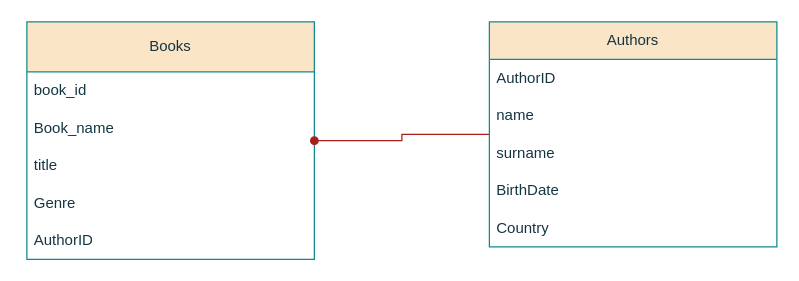
Before: Диаграмма без названия.drawio in almasdii/gitdemo, a draw.io diagram. Source tidied: cells renumbered, new cells numbered last; positions are measured from the earlier drawing's top-left corner, leaving out a move shared by most shapes. Both pictures are drawn from the tidied source at 125%, with x=0, y=0 at pixel (26, 21).
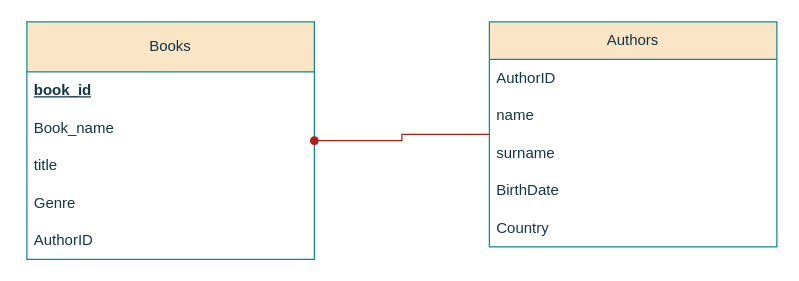
Above is the later version.

Commit message:
books_aouthors

The edit, as a diff of the source:
```diff
@@
 <mxGraphModel>
   <root>
     <mxCell id="0" />
     <mxCell id="1" parent="0" />
     <mxCell id="2" value="Books" style="swimlane;fontStyle=0;horizontal=1;startSize=40;whiteSpace=wrap;html=1;labelBackgroundColor=none;fillColor=#FAE5C7;strokeColor=#0F8B8D;fontColor=#143642;" parent="1" vertex="1">
       <mxGeometry width="230" height="190" as="geometry" />
     </mxCell>
-    <mxCell id="3" value="book_id" style="text;strokeColor=none;fillColor=none;align=left;verticalAlign=middle;spacingLeft=4;spacingRight=4;overflow=hidden;whiteSpace=wrap;html=1;labelBackgroundColor=none;fontColor=#143642;" parent="2" vertex="1">
+    <mxCell id="3" value="&lt;b&gt;&lt;u&gt;book_id&lt;/u&gt;&lt;/b&gt;" style="text;strokeColor=none;fillColor=none;align=left;verticalAlign=middle;spacingLeft=4;spacingRight=4;overflow=hidden;whiteSpace=wrap;html=1;labelBackgroundColor=none;fontColor=#143642;" parent="2" vertex="1">
       <mxGeometry y="40" width="230" height="30" as="geometry" />
     </mxCell>
     <mxCell id="4" value="Book_name" style="text;strokeColor=none;fillColor=none;align=left;verticalAlign=middle;spacingLeft=4;spacingRight=4;overflow=hidden;whiteSpace=wrap;html=1;labelBackgroundColor=none;fontColor=#143642;shadow=1;" parent="2" vertex="1">
       <mxGeometry y="70" width="230" height="30" as="geometry" />
     </mxCell>
     <mxCell id="5" value="title" style="text;strokeColor=none;fillColor=none;align=left;verticalAlign=middle;spacingLeft=4;spacingRight=4;overflow=hidden;whiteSpace=wrap;html=1;labelBackgroundColor=none;fontColor=#143642;shadow=1;" parent="2" vertex="1">
       <mxGeometry y="100" width="230" height="30" as="geometry" />
     </mxCell>
     <mxCell id="6" value="Genre" style="text;strokeColor=none;fillColor=none;align=left;verticalAlign=middle;spacingLeft=4;spacingRight=4;overflow=hidden;whiteSpace=wrap;html=1;labelBackgroundColor=none;fontColor=#143642;" parent="2" vertex="1">
       <mxGeometry y="130" width="230" height="30" as="geometry" />
     </mxCell>
     <mxCell id="7" value="AuthorID" style="text;strokeColor=none;fillColor=none;align=left;verticalAlign=middle;spacingLeft=4;spacingRight=4;overflow=hidden;whiteSpace=wrap;html=1;labelBackgroundColor=none;fontColor=#143642;" parent="2" vertex="1">
       <mxGeometry y="160" width="230" height="30" as="geometry" />
     </mxCell>
     <mxCell id="8" style="edgeStyle=orthogonalEdgeStyle;rounded=0;jettySize=auto;html=1;strokeColor=#A8201A;fontColor=#143642;fillColor=#FAE5C7;endArrow=oval;endFill=1;" parent="1" edge="1" source="9" target="2">
       <mxGeometry relative="1" as="geometry" />
     </mxCell>
     <mxCell id="9" value="Authors" style="swimlane;fontStyle=0;horizontal=1;startSize=30;whiteSpace=wrap;html=1;labelBackgroundColor=none;fillColor=#FAE5C7;strokeColor=#0F8B8D;fontColor=#143642;" parent="1" vertex="1">
       <mxGeometry x="370" width="230" height="180" as="geometry" />
     </mxCell>
     <mxCell id="10" value="AuthorID" style="text;strokeColor=none;fillColor=none;align=left;verticalAlign=middle;spacingLeft=4;spacingRight=4;overflow=hidden;whiteSpace=wrap;html=1;labelBackgroundColor=none;fontColor=#143642;" parent="9" vertex="1">
       <mxGeometry y="30" width="230" height="30" as="geometry" />
     </mxCell>
     <mxCell id="11" value="name" style="text;strokeColor=none;fillColor=none;align=left;verticalAlign=middle;spacingLeft=4;spacingRight=4;overflow=hidden;whiteSpace=wrap;html=1;labelBackgroundColor=none;fontColor=#143642;" parent="9" vertex="1">
       <mxGeometry y="60" width="230" height="30" as="geometry" />
     </mxCell>
     <mxCell id="12" value="surname" style="text;strokeColor=none;fillColor=none;align=left;verticalAlign=middle;spacingLeft=4;spacingRight=4;overflow=hidden;whiteSpace=wrap;html=1;labelBackgroundColor=none;fontColor=#143642;" parent="9" vertex="1">
       <mxGeometry y="90" width="230" height="30" as="geometry" />
     </mxCell>
     <mxCell id="13" value="BirthDate" style="text;strokeColor=none;fillColor=none;align=left;verticalAlign=middle;spacingLeft=4;spacingRight=4;overflow=hidden;whiteSpace=wrap;html=1;labelBackgroundColor=none;fontColor=#143642;" parent="9" vertex="1">
       <mxGeometry y="120" width="230" height="30" as="geometry" />
     </mxCell>
     <mxCell id="14" value="Country" style="text;strokeColor=none;fillColor=none;align=left;verticalAlign=middle;spacingLeft=4;spacingRight=4;overflow=hidden;whiteSpace=wrap;html=1;labelBackgroundColor=none;fontColor=#143642;" parent="9" vertex="1">
       <mxGeometry y="150" width="230" height="30" as="geometry" />
     </mxCell>
   </root>
 </mxGraphModel>
```
